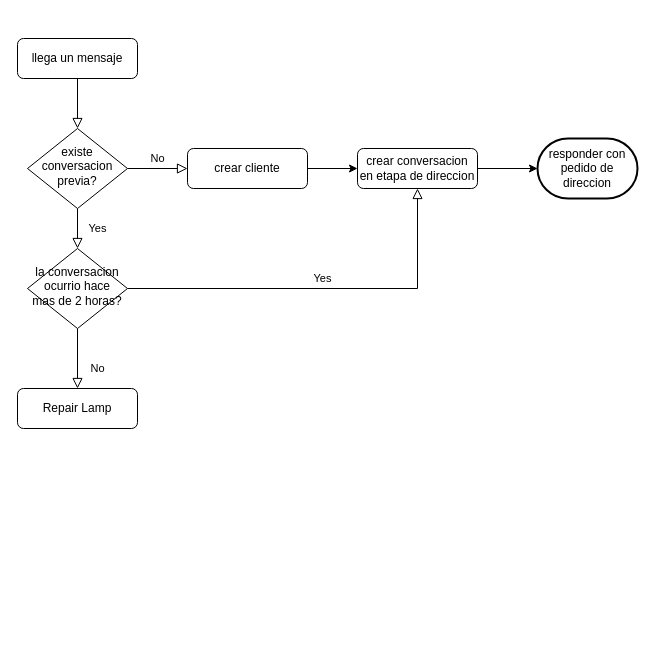
Above: flow.drawio in bio426/monchisss (draw.io), before the change. Source tidied: cells renumbered, new cells numbered last; positions are measured from the earlier drawing's top-left corner, leaving out a move shared by most shapes. Both pictures are drawn from the tidied source at 100%, with x=0, y=0 at pixel (17, 38).
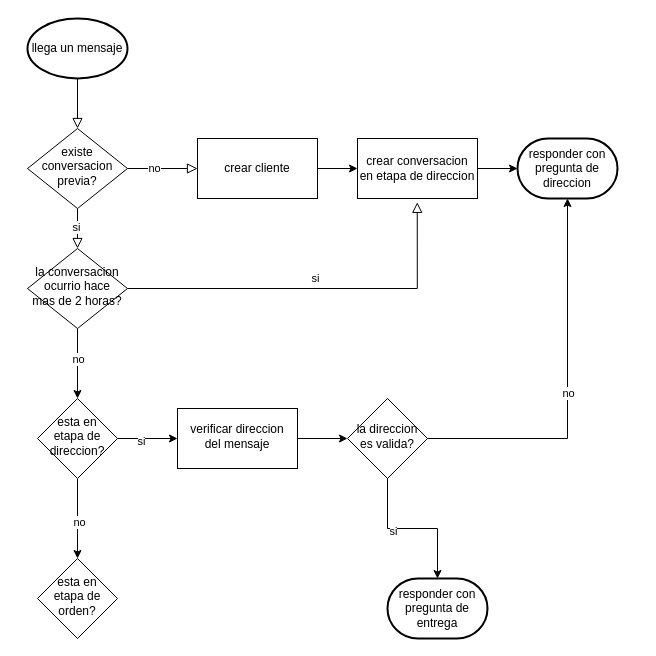
Above is the later version.

The change refers to these unchanged cells:
```xml
<mxCell id="6" value="existe conversacion previa?" style="rhombus;whiteSpace=wrap;html=1;shadow=0;fontFamily=Helvetica;fontSize=12;align=center;strokeWidth=1;spacing=6;spacingTop=-4;" parent="1" vertex="1">
  <mxGeometry x="10" y="90" width="100" height="80" as="geometry" />
</mxCell>
<mxCell id="11" value="la conversacion ocurrio hace mas de 2 horas?" style="rhombus;whiteSpace=wrap;html=1;shadow=0;fontFamily=Helvetica;fontSize=12;align=center;strokeWidth=1;spacing=6;spacingTop=-4;" parent="1" vertex="1">
  <mxGeometry x="10" y="210" width="100" height="80" as="geometry" />
</mxCell>
```

Diff of the diagram source:
```diff
@@
-    <mxCell id="2" style="rounded=0;html=1;jettySize=auto;fontSize=11;endArrow=block;endFill=0;endSize=8;strokeWidth=1;shadow=0;labelBackgroundColor=none;edgeStyle=orthogonalEdgeStyle;" parent="1" edge="1" source="3" target="6">
+    <mxCell id="2" style="rounded=0;html=1;jettySize=auto;fontSize=11;endArrow=block;endFill=0;endSize=8;strokeWidth=1;shadow=0;labelBackgroundColor=none;edgeStyle=orthogonalEdgeStyle;exitX=0.5;exitY=1;exitDx=0;exitDy=0;exitPerimeter=0;" parent="1" edge="1" source="3" target="6">
       <mxGeometry relative="1" as="geometry" />
     </mxCell>
-    <mxCell id="3" value="llega un mensaje" style="rounded=1;whiteSpace=wrap;html=1;fontSize=12;glass=0;strokeWidth=1;shadow=0;" parent="1" vertex="1">
-      <mxGeometry width="120" height="40" as="geometry" />
-    </mxCell>
-    <mxCell id="4" value="Yes" style="rounded=0;html=1;jettySize=auto;fontSize=11;endArrow=block;endFill=0;endSize=8;strokeWidth=1;shadow=0;labelBackgroundColor=none;edgeStyle=orthogonalEdgeStyle;" parent="1" edge="1" source="6" target="11">
+    <mxCell id="4" style="rounded=0;html=1;jettySize=auto;fontSize=11;endArrow=block;endFill=0;endSize=8;strokeWidth=1;shadow=0;labelBackgroundColor=none;edgeStyle=orthogonalEdgeStyle;" parent="1" edge="1" source="6" target="11">
       <mxGeometry y="20" relative="1" as="geometry" />
     </mxCell>
+    <mxCell id="16" value="si" style="edgeLabel;html=1;align=center;verticalAlign=middle;" parent="4" vertex="1">
+      <mxGeometry x="-0.08" y="-2" relative="1" as="geometry" />
+    </mxCell>
-    <mxCell id="5" value="No" style="edgeStyle=orthogonalEdgeStyle;rounded=0;html=1;jettySize=auto;fontSize=11;endArrow=block;endFill=0;endSize=8;strokeWidth=1;shadow=0;labelBackgroundColor=none;" parent="1" edge="1" source="6" target="8">
+    <mxCell id="5" style="edgeStyle=orthogonalEdgeStyle;rounded=0;html=1;jettySize=auto;fontSize=11;endArrow=block;endFill=0;endSize=8;strokeWidth=1;shadow=0;labelBackgroundColor=none;entryX=0;entryY=0.5;entryDx=0;entryDy=0;" parent="1" edge="1" source="6" target="8">
       <mxGeometry y="10" relative="1" as="geometry" />
     </mxCell>
+    <mxCell id="17" value="no" style="edgeLabel;html=1;align=center;verticalAlign=middle;" parent="5" vertex="1">
+      <mxGeometry x="-0.25" y="1" relative="1" as="geometry" />
+    </mxCell>
@@
-    <mxCell id="7" style="edgeStyle=orthogonalEdgeStyle;rounded=0;jettySize=auto;html=1;entryX=0;entryY=0.5;entryDx=0;entryDy=0;" parent="1" edge="1" source="8" target="13">
+    <mxCell id="7" style="edgeStyle=orthogonalEdgeStyle;rounded=0;jettySize=auto;html=1;entryX=0;entryY=0.5;entryDx=0;entryDy=0;exitX=1;exitY=0.5;exitDx=0;exitDy=0;" parent="1" edge="1" source="8" target="13">
       <mxGeometry relative="1" as="geometry" />
     </mxCell>
-    <mxCell id="8" value="crear cliente" style="rounded=1;whiteSpace=wrap;html=1;fontSize=12;glass=0;strokeWidth=1;shadow=0;" parent="1" vertex="1">
-      <mxGeometry x="170" y="110" width="120" height="40" as="geometry" />
-    </mxCell>
-    <mxCell id="9" value="No" style="rounded=0;html=1;jettySize=auto;fontSize=11;endArrow=block;endFill=0;endSize=8;strokeWidth=1;shadow=0;labelBackgroundColor=none;edgeStyle=orthogonalEdgeStyle;" parent="1" edge="1" source="11" target="12">
-      <mxGeometry x="0.33" y="20" relative="1" as="geometry" />
-    </mxCell>
-    <mxCell id="10" value="Yes" style="edgeStyle=orthogonalEdgeStyle;rounded=0;html=1;jettySize=auto;fontSize=11;endArrow=block;endFill=0;endSize=8;strokeWidth=1;shadow=0;labelBackgroundColor=none;entryX=0.5;entryY=1;entryDx=0;entryDy=0;" parent="1" edge="1" source="11" target="13">
+    <mxCell id="10" value="si" style="edgeStyle=orthogonalEdgeStyle;rounded=0;html=1;jettySize=auto;fontSize=11;endArrow=block;endFill=0;endSize=8;strokeWidth=1;shadow=0;labelBackgroundColor=none;entryX=0.498;entryY=1.064;entryDx=0;entryDy=0;entryPerimeter=0;" parent="1" edge="1" source="11" target="13">
       <mxGeometry y="10" relative="1" as="geometry" />
     </mxCell>
+    <mxCell id="18" style="edgeStyle=orthogonalEdgeStyle;rounded=0;jettySize=auto;html=1;" parent="1" edge="1" source="11" target="24">
+      <mxGeometry relative="1" as="geometry" />
+    </mxCell>
+    <mxCell id="19" value="no" style="edgeLabel;html=1;align=center;verticalAlign=middle;" parent="18" vertex="1">
+      <mxGeometry x="-0.15" relative="1" as="geometry" />
+    </mxCell>
@@
-    <mxCell id="12" value="Repair Lamp" style="rounded=1;whiteSpace=wrap;html=1;fontSize=12;glass=0;strokeWidth=1;shadow=0;" parent="1" vertex="1">
-      <mxGeometry y="350" width="120" height="40" as="geometry" />
-    </mxCell>
-    <mxCell id="13" value="crear conversacion en etapa de direccion" style="rounded=1;whiteSpace=wrap;html=1;fontSize=12;glass=0;strokeWidth=1;shadow=0;" parent="1" vertex="1">
-      <mxGeometry x="340" y="110" width="120" height="40" as="geometry" />
-    </mxCell>
-    <mxCell id="14" value="responder con pedido de direccion" style="strokeWidth=2;html=1;shape=mxgraph.flowchart.terminator;whiteSpace=wrap;" parent="1" vertex="1">
-      <mxGeometry x="520" y="100" width="100" height="60" as="geometry" />
+    <mxCell id="14" value="responder con pregunta de direccion" style="strokeWidth=2;html=1;shape=mxgraph.flowchart.terminator;whiteSpace=wrap;" parent="1" vertex="1">
+      <mxGeometry x="500" y="100" width="100" height="60" as="geometry" />
     </mxCell>
-    <mxCell id="15" style="edgeStyle=orthogonalEdgeStyle;rounded=0;jettySize=auto;html=1;entryX=0;entryY=0.5;entryDx=0;entryDy=0;entryPerimeter=0;" parent="1" edge="1" source="13" target="14">
+    <mxCell id="15" style="edgeStyle=orthogonalEdgeStyle;rounded=0;jettySize=auto;html=1;entryX=0;entryY=0.5;entryDx=0;entryDy=0;entryPerimeter=0;exitX=1;exitY=0.5;exitDx=0;exitDy=0;" parent="1" edge="1" source="13" target="14">
       <mxGeometry relative="1" as="geometry" />
     </mxCell>
+    <mxCell id="3" value="&lt;span style=&quot;color: rgb(0, 0, 0); font-family: Helvetica; font-size: 12px; font-style: normal; font-variant-ligatures: normal; font-variant-caps: normal; font-weight: 400; letter-spacing: normal; orphans: 2; text-align: center; text-indent: 0px; text-transform: none; widows: 2; word-spacing: 0px; -webkit-text-stroke-width: 0px; white-space: normal; background-color: rgb(251, 251, 251); text-decoration-thickness: initial; text-decoration-style: initial; text-decoration-color: initial; display: inline !important; float: none;&quot;&gt;llega un mensaje&lt;/span&gt;" style="strokeWidth=2;html=1;shape=mxgraph.flowchart.start_1;whiteSpace=wrap;" parent="1" vertex="1">
+      <mxGeometry x="10" y="-20" width="100" height="60" as="geometry" />
+    </mxCell>
+    <mxCell id="8" value="&lt;span style=&quot;color: rgb(0, 0, 0); font-family: Helvetica; font-size: 12px; font-style: normal; font-variant-ligatures: normal; font-variant-caps: normal; font-weight: 400; letter-spacing: normal; orphans: 2; text-align: center; text-indent: 0px; text-transform: none; widows: 2; word-spacing: 0px; -webkit-text-stroke-width: 0px; white-space: normal; background-color: rgb(251, 251, 251); text-decoration-thickness: initial; text-decoration-style: initial; text-decoration-color: initial; display: inline !important; float: none;&quot;&gt;crear cliente&lt;/span&gt;" style="rounded=0;whiteSpace=wrap;html=1;" parent="1" vertex="1">
+      <mxGeometry x="180" y="100" width="120" height="60" as="geometry" />
+    </mxCell>
+    <mxCell id="13" value="crear conversacion en etapa de direccion" style="rounded=0;whiteSpace=wrap;html=1;" parent="1" vertex="1">
+      <mxGeometry x="340" y="100" width="120" height="60" as="geometry" />
+    </mxCell>
+    <mxCell id="20" style="edgeStyle=orthogonalEdgeStyle;rounded=0;jettySize=auto;html=1;" parent="1" edge="1" source="24" target="26">
+      <mxGeometry relative="1" as="geometry" />
+    </mxCell>
+    <mxCell id="21" value="si" style="edgeLabel;html=1;align=center;verticalAlign=middle;" parent="20" vertex="1">
+      <mxGeometry x="-0.25" y="-2" relative="1" as="geometry" />
+    </mxCell>
+    <mxCell id="22" style="edgeStyle=orthogonalEdgeStyle;rounded=0;jettySize=auto;html=1;" parent="1" edge="1" source="24" target="33">
+      <mxGeometry relative="1" as="geometry" />
+    </mxCell>
+    <mxCell id="23" value="no" style="edgeLabel;html=1;align=center;verticalAlign=middle;" parent="22" vertex="1">
+      <mxGeometry x="0.08" y="1" relative="1" as="geometry" />
+    </mxCell>
+    <mxCell id="24" value="esta en etapa de direccion?" style="rhombus;whiteSpace=wrap;html=1;shadow=0;strokeWidth=1;spacing=6;spacingTop=-4;" parent="1" vertex="1">
+      <mxGeometry x="20" y="360" width="80" height="80" as="geometry" />
+    </mxCell>
+    <mxCell id="25" style="edgeStyle=orthogonalEdgeStyle;rounded=0;jettySize=auto;html=1;" parent="1" edge="1" source="26" target="27">
+      <mxGeometry relative="1" as="geometry" />
+    </mxCell>
+    <mxCell id="26" value="verificar direccion del mensaje" style="whiteSpace=wrap;html=1;shadow=0;strokeWidth=1;spacing=6;spacingTop=-4;" parent="1" vertex="1">
+      <mxGeometry x="160" y="370" width="120" height="60" as="geometry" />
+    </mxCell>
+    <mxCell id="27" value="la direccion es valida?" style="rhombus;whiteSpace=wrap;html=1;shadow=0;strokeWidth=1;spacing=6;spacingTop=-4;" parent="1" vertex="1">
+      <mxGeometry x="330" y="360" width="80" height="80" as="geometry" />
+    </mxCell>
+    <mxCell id="28" style="edgeStyle=orthogonalEdgeStyle;rounded=0;jettySize=auto;html=1;entryX=0.5;entryY=1;entryDx=0;entryDy=0;entryPerimeter=0;" parent="1" edge="1" source="27" target="14">
+      <mxGeometry relative="1" as="geometry" />
+    </mxCell>
+    <mxCell id="29" value="no" style="edgeLabel;html=1;align=center;verticalAlign=middle;" parent="28" vertex="1">
+      <mxGeometry x="-0.02" relative="1" as="geometry" />
+    </mxCell>
+    <mxCell id="30" value="responder con pregunta de entrega" style="strokeWidth=2;html=1;shape=mxgraph.flowchart.terminator;whiteSpace=wrap;" parent="1" vertex="1">
+      <mxGeometry x="370" y="540" width="100" height="60" as="geometry" />
+    </mxCell>
+    <mxCell id="31" style="edgeStyle=orthogonalEdgeStyle;rounded=0;jettySize=auto;html=1;entryX=0.5;entryY=0;entryDx=0;entryDy=0;entryPerimeter=0;" parent="1" edge="1" source="27" target="30">
+      <mxGeometry relative="1" as="geometry" />
+    </mxCell>
+    <mxCell id="32" value="si" style="edgeLabel;html=1;align=center;verticalAlign=middle;" parent="31" vertex="1">
+      <mxGeometry x="-0.27" y="-2" relative="1" as="geometry" />
+    </mxCell>
+    <mxCell id="33" value="esta en etapa de orden?" style="rhombus;whiteSpace=wrap;html=1;shadow=0;strokeWidth=1;spacing=6;spacingTop=-4;" parent="1" vertex="1">
+      <mxGeometry x="20" y="520" width="80" height="80" as="geometry" />
+    </mxCell>
```
